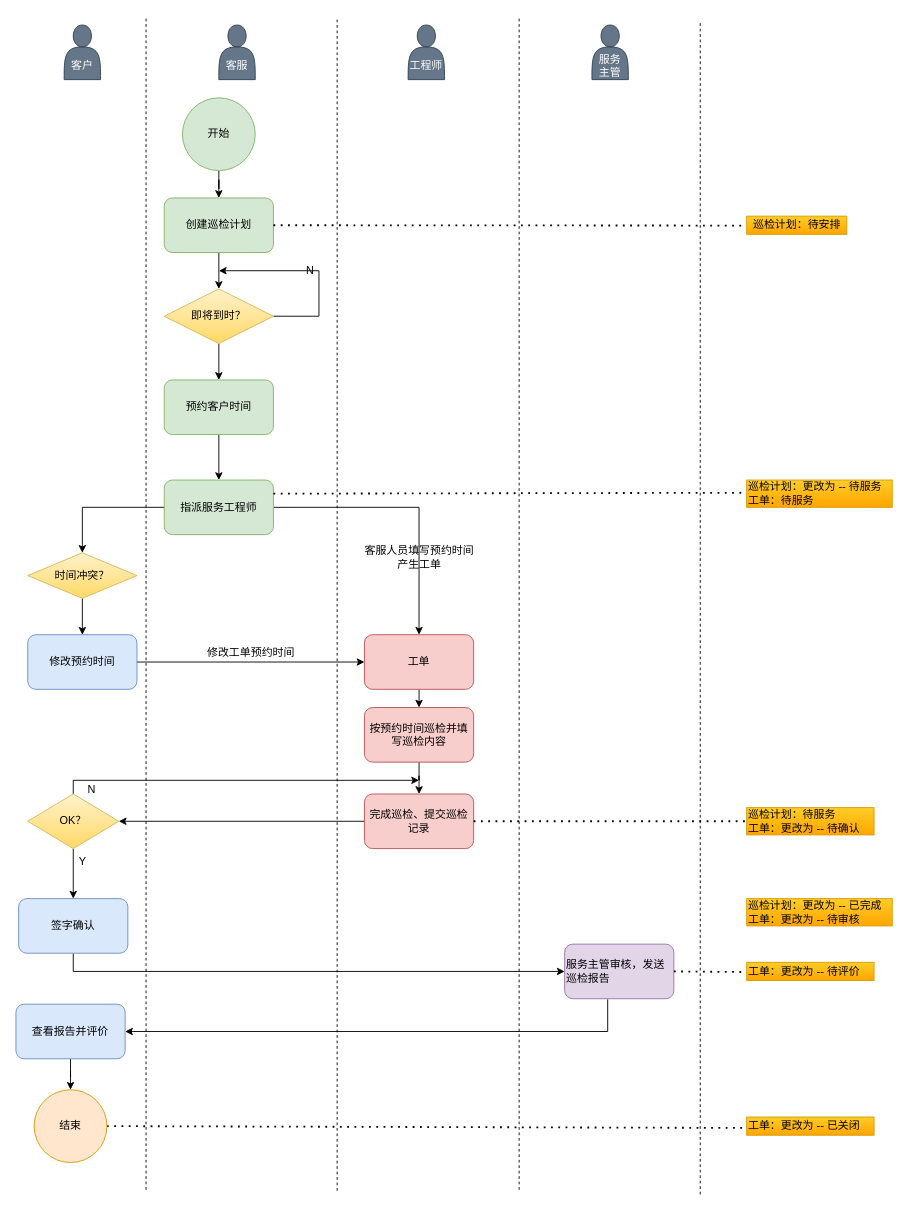
Above: 巡检-工单流程图.drawio in x1126565832/pic (draw.io), before the change. Source tidied: cells renumbered, new cells numbered last; positions are measured from the earlier drawing's top-left corner, leaving out a move shared by most shapes. Both pictures are drawn from the tidied source at 91%, with x=0, y=0 at pixel (15, 15).
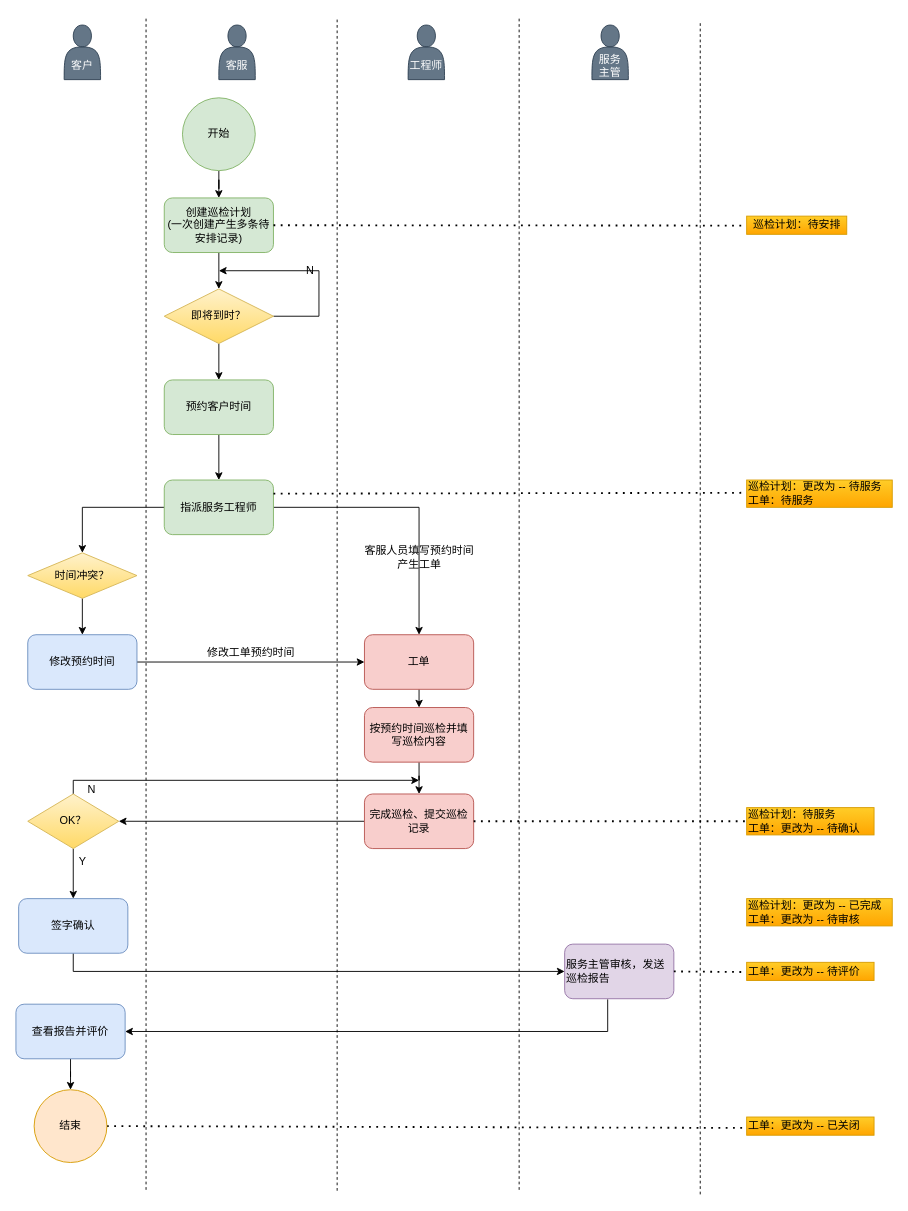
Above is the later version.

Commit message (it also covers changes not shown here):
更新巡检-工单流程图.drawio

The edit, as a diff of the source:
```diff
@@
-    <mxCell id="3" value="创建巡检计划" style="rounded=1;whiteSpace=wrap;html=1;fillColor=#d5e8d4;strokeColor=#82b366;" parent="1" vertex="1">
+    <mxCell id="3" value="创建巡检计划&lt;br&gt;(一次创建产生多条待安排记录)" style="rounded=1;whiteSpace=wrap;html=1;fillColor=#d5e8d4;strokeColor=#82b366;" parent="1" vertex="1">
       <mxGeometry x="163" y="200" width="120" height="60" as="geometry" />
     </mxCell>
```
